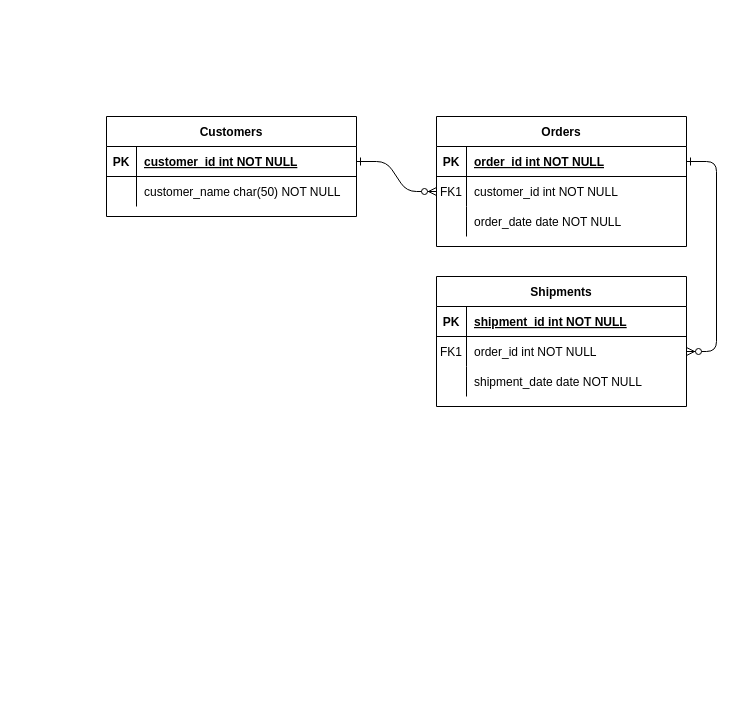
Kakoyi945/cloud keeps this draw.io diagram as graduation_project.drawio. Above is the earlier version. Source tidied: cells renumbered, new cells numbered last; positions are measured from the earlier drawing's top-left corner, leaving out a move shared by most shapes. Both pictures are drawn from the tidied source at 100%, with x=0, y=0 at pixel (106, 116).
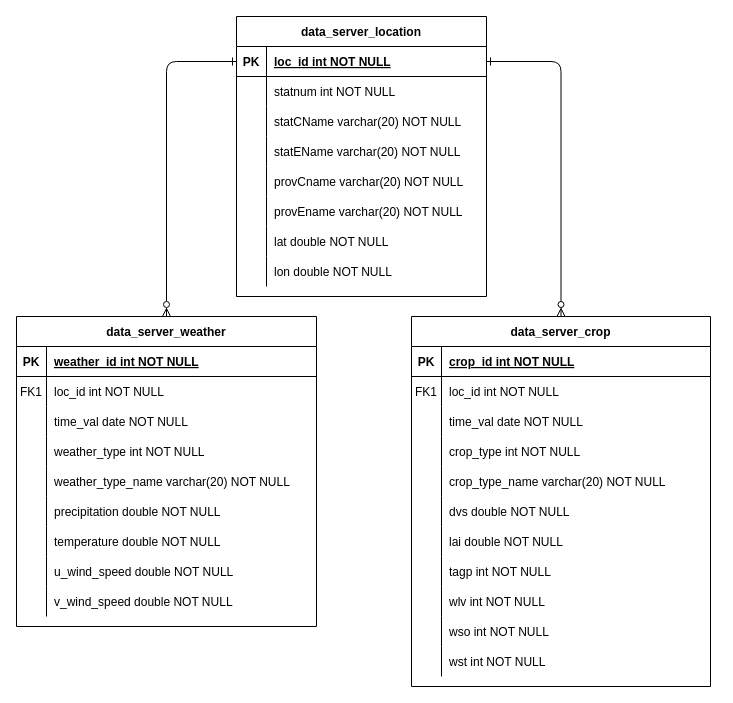
The same diagram, later.

Unchanged cells that the change refers to:
```xml
<mxCell id="25" style="shape=partialRectangle;fillColor=none;points=[[0,0.5],[1,0.5]];portConstraint=eastwest;top=0;left=0;right=0;bottom=1;" parent="24" vertex="1">
  <mxGeometry y="30" width="250" height="30" as="geometry" />
</mxCell>
<mxCell id="28" style="shape=partialRectangle;fillColor=none;top=0;left=0;right=0;bottom=0;" parent="24" vertex="1">
  <mxGeometry y="60" width="250" height="30" as="geometry" />
</mxCell>
```

What changed in the source:
```diff
@@
-    <mxCell id="2" style="edgeStyle=entityRelationEdgeStyle;endArrow=ERzeroToMany;startArrow=ERone;endFill=1;startFill=0;" parent="1" edge="1" source="25" target="8">
-      <mxGeometry relative="1" as="geometry" />
-    </mxCell>
-    <mxCell id="3" style="edgeStyle=entityRelationEdgeStyle;endArrow=ERzeroToMany;startArrow=ERone;endFill=1;startFill=0;" parent="1" edge="1" source="5" target="18">
-      <mxGeometry relative="1" as="geometry" />
-    </mxCell>
-    <mxCell id="4" value="Orders" style="shape=table;startSize=30;childLayout=tableLayout;rowLines=0;fontStyle=1;align=center;" parent="1" vertex="1">
-      <mxGeometry x="330" width="250" height="130" as="geometry" />
+    <mxCell id="4" value="data_server_crop" style="shape=table;startSize=30;childLayout=tableLayout;rowLines=0;fontStyle=1;align=center;" parent="1" vertex="1">
+      <mxGeometry x="305" y="200" width="299" height="370" as="geometry" />
     </mxCell>
     <mxCell id="5" style="shape=partialRectangle;fillColor=none;points=[[0,0.5],[1,0.5]];portConstraint=eastwest;top=0;left=0;right=0;bottom=1;" parent="4" vertex="1">
-      <mxGeometry y="30" width="250" height="30" as="geometry" />
+      <mxGeometry y="30" width="299" height="30" as="geometry" />
     </mxCell>
@@
-    <mxCell id="7" value="order_id int NOT NULL " style="shape=partialRectangle;overflow=hidden;fillColor=none;top=0;left=0;bottom=0;right=0;align=left;spacingLeft=6;fontStyle=5;" parent="5" vertex="1">
-      <mxGeometry x="30" width="220" height="30" as="geometry" />
+    <mxCell id="7" value="crop_id int NOT NULL " style="shape=partialRectangle;overflow=hidden;fillColor=none;top=0;left=0;bottom=0;right=0;align=left;spacingLeft=6;fontStyle=5;" parent="5" vertex="1">
+      <mxGeometry x="30" width="269" height="30" as="geometry" />
     </mxCell>
     <mxCell id="8" style="shape=partialRectangle;fillColor=none;points=[[0,0.5],[1,0.5]];portConstraint=eastwest;top=0;left=0;right=0;bottom=0;" parent="4" vertex="1">
-      <mxGeometry y="60" width="250" height="30" as="geometry" />
+      <mxGeometry y="60" width="299" height="30" as="geometry" />
     </mxCell>
@@
-    <mxCell id="10" value="customer_id int NOT NULL" style="shape=partialRectangle;overflow=hidden;fillColor=none;top=0;left=0;bottom=0;right=0;align=left;spacingLeft=6;" parent="8" vertex="1">
-      <mxGeometry x="30" width="220" height="30" as="geometry" />
+    <mxCell id="10" value="loc_id int NOT NULL" style="shape=partialRectangle;overflow=hidden;fillColor=none;top=0;left=0;bottom=0;right=0;align=left;spacingLeft=6;" parent="8" vertex="1">
+      <mxGeometry x="30" width="269" height="30" as="geometry" />
     </mxCell>
     <mxCell id="11" style="shape=partialRectangle;fillColor=none;top=0;left=0;right=0;bottom=0;" parent="4" vertex="1">
-      <mxGeometry y="90" width="250" height="30" as="geometry" />
+      <mxGeometry y="90" width="299" height="30" as="geometry" />
     </mxCell>
@@
-    <mxCell id="13" value="order_date date NOT NULL" style="shape=partialRectangle;overflow=hidden;fillColor=none;top=0;left=0;bottom=0;right=0;align=left;spacingLeft=6;" parent="11" vertex="1">
-      <mxGeometry x="30" width="220" height="30" as="geometry" />
+    <mxCell id="13" value="time_val date NOT NULL" style="shape=partialRectangle;overflow=hidden;fillColor=none;top=0;left=0;bottom=0;right=0;align=left;spacingLeft=6;" parent="11" vertex="1">
+      <mxGeometry x="30" width="269" height="30" as="geometry" />
     </mxCell>
+    <mxCell id="31" style="shape=partialRectangle;fillColor=none;top=0;left=0;right=0;bottom=0;" parent="4" vertex="1">
+      <mxGeometry y="120" width="299" height="30" as="geometry" />
+    </mxCell>
+    <mxCell id="32" style="shape=partialRectangle;overflow=hidden;fillColor=none;top=0;left=0;bottom=0;right=0;" parent="31" vertex="1">
+      <mxGeometry width="30" height="30" as="geometry" />
+    </mxCell>
+    <mxCell id="33" value="crop_type int NOT NULL" style="shape=partialRectangle;overflow=hidden;fillColor=none;top=0;left=0;bottom=0;right=0;align=left;spacingLeft=6;" parent="31" vertex="1">
+      <mxGeometry x="30" width="269" height="30" as="geometry" />
+    </mxCell>
+    <mxCell id="34" style="shape=partialRectangle;fillColor=none;top=0;left=0;right=0;bottom=0;" parent="4" vertex="1">
+      <mxGeometry y="150" width="299" height="30" as="geometry" />
+    </mxCell>
+    <mxCell id="35" style="shape=partialRectangle;overflow=hidden;fillColor=none;top=0;left=0;bottom=0;right=0;" parent="34" vertex="1">
+      <mxGeometry width="30" height="30" as="geometry" />
+    </mxCell>
+    <mxCell id="36" value="crop_type_name varchar(20) NOT NULL" style="shape=partialRectangle;overflow=hidden;fillColor=none;top=0;left=0;bottom=0;right=0;align=left;spacingLeft=6;" parent="34" vertex="1">
+      <mxGeometry x="30" width="269" height="30" as="geometry" />
+    </mxCell>
+    <mxCell id="37" style="shape=partialRectangle;fillColor=none;top=0;left=0;right=0;bottom=0;" parent="4" vertex="1">
+      <mxGeometry y="180" width="299" height="30" as="geometry" />
+    </mxCell>
+    <mxCell id="38" style="shape=partialRectangle;overflow=hidden;fillColor=none;top=0;left=0;bottom=0;right=0;" parent="37" vertex="1">
+      <mxGeometry width="30" height="30" as="geometry" />
+    </mxCell>
+    <mxCell id="39" value="dvs double NOT NULL" style="shape=partialRectangle;overflow=hidden;fillColor=none;top=0;left=0;bottom=0;right=0;align=left;spacingLeft=6;" parent="37" vertex="1">
+      <mxGeometry x="30" width="269" height="30" as="geometry" />
+    </mxCell>
+    <mxCell id="40" style="shape=partialRectangle;fillColor=none;top=0;left=0;right=0;bottom=0;" parent="4" vertex="1">
+      <mxGeometry y="210" width="299" height="30" as="geometry" />
+    </mxCell>
+    <mxCell id="41" style="shape=partialRectangle;overflow=hidden;fillColor=none;top=0;left=0;bottom=0;right=0;" parent="40" vertex="1">
+      <mxGeometry width="30" height="30" as="geometry" />
+    </mxCell>
+    <mxCell id="42" value="lai double NOT NULL" style="shape=partialRectangle;overflow=hidden;fillColor=none;top=0;left=0;bottom=0;right=0;align=left;spacingLeft=6;" parent="40" vertex="1">
+      <mxGeometry x="30" width="269" height="30" as="geometry" />
+    </mxCell>
+    <mxCell id="43" style="shape=partialRectangle;fillColor=none;top=0;left=0;right=0;bottom=0;" parent="4" vertex="1">
+      <mxGeometry y="240" width="299" height="30" as="geometry" />
+    </mxCell>
+    <mxCell id="44" style="shape=partialRectangle;overflow=hidden;fillColor=none;top=0;left=0;bottom=0;right=0;" parent="43" vertex="1">
+      <mxGeometry width="30" height="30" as="geometry" />
+    </mxCell>
+    <mxCell id="45" value="tagp int NOT NULL" style="shape=partialRectangle;overflow=hidden;fillColor=none;top=0;left=0;bottom=0;right=0;align=left;spacingLeft=6;" parent="43" vertex="1">
+      <mxGeometry x="30" width="269" height="30" as="geometry" />
+    </mxCell>
+    <mxCell id="46" style="shape=partialRectangle;fillColor=none;top=0;left=0;right=0;bottom=0;" parent="4" vertex="1">
+      <mxGeometry y="270" width="299" height="30" as="geometry" />
+    </mxCell>
+    <mxCell id="47" style="shape=partialRectangle;overflow=hidden;fillColor=none;top=0;left=0;bottom=0;right=0;" parent="46" vertex="1">
+      <mxGeometry width="30" height="30" as="geometry" />
+    </mxCell>
+    <mxCell id="48" value="wlv int NOT NULL" style="shape=partialRectangle;overflow=hidden;fillColor=none;top=0;left=0;bottom=0;right=0;align=left;spacingLeft=6;" parent="46" vertex="1">
+      <mxGeometry x="30" width="269" height="30" as="geometry" />
+    </mxCell>
+    <mxCell id="49" style="shape=partialRectangle;fillColor=none;top=0;left=0;right=0;bottom=0;" parent="4" vertex="1">
+      <mxGeometry y="300" width="299" height="30" as="geometry" />
+    </mxCell>
+    <mxCell id="50" style="shape=partialRectangle;overflow=hidden;fillColor=none;top=0;left=0;bottom=0;right=0;" parent="49" vertex="1">
+      <mxGeometry width="30" height="30" as="geometry" />
+    </mxCell>
+    <mxCell id="51" value="wso int NOT NULL" style="shape=partialRectangle;overflow=hidden;fillColor=none;top=0;left=0;bottom=0;right=0;align=left;spacingLeft=6;" parent="49" vertex="1">
+      <mxGeometry x="30" width="269" height="30" as="geometry" />
+    </mxCell>
+    <mxCell id="52" style="shape=partialRectangle;fillColor=none;top=0;left=0;right=0;bottom=0;" parent="4" vertex="1">
+      <mxGeometry y="330" width="299" height="30" as="geometry" />
+    </mxCell>
+    <mxCell id="53" style="shape=partialRectangle;overflow=hidden;fillColor=none;top=0;left=0;bottom=0;right=0;" parent="52" vertex="1">
+      <mxGeometry width="30" height="30" as="geometry" />
+    </mxCell>
+    <mxCell id="54" value="wst int NOT NULL" style="shape=partialRectangle;overflow=hidden;fillColor=none;top=0;left=0;bottom=0;right=0;align=left;spacingLeft=6;" parent="52" vertex="1">
+      <mxGeometry x="30" width="269" height="30" as="geometry" />
+    </mxCell>
-    <mxCell id="14" value="Shipments" style="shape=table;startSize=30;childLayout=tableLayout;rowLines=0;fontStyle=1;align=center;" parent="1" vertex="1">
-      <mxGeometry x="330" y="160" width="250" height="130" as="geometry" />
+    <mxCell id="14" value="data_server_weather" style="shape=table;startSize=30;childLayout=tableLayout;rowLines=0;fontStyle=1;align=center;" parent="1" vertex="1">
+      <mxGeometry x="-90" y="200" width="300" height="310" as="geometry" />
     </mxCell>
     <mxCell id="15" style="shape=partialRectangle;fillColor=none;top=0;left=0;right=0;bottom=1;" parent="14" vertex="1">
-      <mxGeometry y="30" width="250" height="30" as="geometry" />
+      <mxGeometry y="30" width="300" height="30" as="geometry" />
     </mxCell>
@@
-    <mxCell id="17" value="shipment_id int NOT NULL " style="shape=partialRectangle;overflow=hidden;fillColor=none;top=0;left=0;bottom=0;right=0;align=left;spacingLeft=6;fontStyle=5;" parent="15" vertex="1">
-      <mxGeometry x="30" width="220" height="30" as="geometry" />
+    <mxCell id="17" value="weather_id int NOT NULL " style="shape=partialRectangle;overflow=hidden;fillColor=none;top=0;left=0;bottom=0;right=0;align=left;spacingLeft=6;fontStyle=5;" parent="15" vertex="1">
+      <mxGeometry x="30" width="270" height="30" as="geometry" />
     </mxCell>
     <mxCell id="18" style="shape=partialRectangle;fillColor=none;points=[[0,0.5],[1,0.5]];portConstraint=eastwest;top=0;left=0;right=0;bottom=0;" parent="14" vertex="1">
-      <mxGeometry y="60" width="250" height="30" as="geometry" />
+      <mxGeometry y="60" width="300" height="30" as="geometry" />
     </mxCell>
@@
-    <mxCell id="20" value="order_id int NOT NULL" style="shape=partialRectangle;overflow=hidden;fillColor=none;top=0;left=0;bottom=0;right=0;align=left;spacingLeft=6;" parent="18" vertex="1">
-      <mxGeometry x="30" width="220" height="30" as="geometry" />
+    <mxCell id="20" value="loc_id int NOT NULL" style="shape=partialRectangle;overflow=hidden;fillColor=none;top=0;left=0;bottom=0;right=0;align=left;spacingLeft=6;" parent="18" vertex="1">
+      <mxGeometry x="30" width="270" height="30" as="geometry" />
     </mxCell>
     <mxCell id="21" style="shape=partialRectangle;fillColor=none;top=0;left=0;right=0;bottom=0;" parent="14" vertex="1">
-      <mxGeometry y="90" width="250" height="30" as="geometry" />
+      <mxGeometry y="90" width="300" height="30" as="geometry" />
     </mxCell>
@@
-    <mxCell id="23" value="shipment_date date NOT NULL" style="shape=partialRectangle;overflow=hidden;fillColor=none;top=0;left=0;bottom=0;right=0;align=left;spacingLeft=6;" parent="21" vertex="1">
-      <mxGeometry x="30" width="220" height="30" as="geometry" />
+    <mxCell id="23" value="time_val date NOT NULL" style="shape=partialRectangle;overflow=hidden;fillColor=none;top=0;left=0;bottom=0;right=0;align=left;spacingLeft=6;" parent="21" vertex="1">
+      <mxGeometry x="30" width="270" height="30" as="geometry" />
     </mxCell>
+    <mxCell id="55" style="shape=partialRectangle;fillColor=none;top=0;left=0;right=0;bottom=0;" parent="14" vertex="1">
+      <mxGeometry y="120" width="300" height="30" as="geometry" />
+    </mxCell>
+    <mxCell id="56" style="shape=partialRectangle;overflow=hidden;fillColor=none;top=0;left=0;bottom=0;right=0;" parent="55" vertex="1">
+      <mxGeometry width="30" height="30" as="geometry" />
+    </mxCell>
+    <mxCell id="57" value="weather_type int NOT NULL" style="shape=partialRectangle;overflow=hidden;fillColor=none;top=0;left=0;bottom=0;right=0;align=left;spacingLeft=6;" parent="55" vertex="1">
+      <mxGeometry x="30" width="270" height="30" as="geometry" />
+    </mxCell>
+    <mxCell id="58" style="shape=partialRectangle;fillColor=none;top=0;left=0;right=0;bottom=0;" parent="14" vertex="1">
+      <mxGeometry y="150" width="300" height="30" as="geometry" />
+    </mxCell>
+    <mxCell id="59" style="shape=partialRectangle;overflow=hidden;fillColor=none;top=0;left=0;bottom=0;right=0;" parent="58" vertex="1">
+      <mxGeometry width="30" height="30" as="geometry" />
+    </mxCell>
+    <mxCell id="60" value="weather_type_name varchar(20) NOT NULL" style="shape=partialRectangle;overflow=hidden;fillColor=none;top=0;left=0;bottom=0;right=0;align=left;spacingLeft=6;" parent="58" vertex="1">
+      <mxGeometry x="30" width="270" height="30" as="geometry" />
+    </mxCell>
+    <mxCell id="61" style="shape=partialRectangle;fillColor=none;top=0;left=0;right=0;bottom=0;" parent="14" vertex="1">
+      <mxGeometry y="180" width="300" height="30" as="geometry" />
+    </mxCell>
+    <mxCell id="62" style="shape=partialRectangle;overflow=hidden;fillColor=none;top=0;left=0;bottom=0;right=0;" parent="61" vertex="1">
+      <mxGeometry width="30" height="30" as="geometry" />
+    </mxCell>
+    <mxCell id="63" value="precipitation double NOT NULL" style="shape=partialRectangle;overflow=hidden;fillColor=none;top=0;left=0;bottom=0;right=0;align=left;spacingLeft=6;" parent="61" vertex="1">
+      <mxGeometry x="30" width="270" height="30" as="geometry" />
+    </mxCell>
+    <mxCell id="64" style="shape=partialRectangle;fillColor=none;top=0;left=0;right=0;bottom=0;" parent="14" vertex="1">
+      <mxGeometry y="210" width="300" height="30" as="geometry" />
+    </mxCell>
+    <mxCell id="65" style="shape=partialRectangle;overflow=hidden;fillColor=none;top=0;left=0;bottom=0;right=0;" parent="64" vertex="1">
+      <mxGeometry width="30" height="30" as="geometry" />
+    </mxCell>
+    <mxCell id="66" value="temperature double NOT NULL" style="shape=partialRectangle;overflow=hidden;fillColor=none;top=0;left=0;bottom=0;right=0;align=left;spacingLeft=6;" parent="64" vertex="1">
+      <mxGeometry x="30" width="270" height="30" as="geometry" />
+    </mxCell>
+    <mxCell id="67" style="shape=partialRectangle;fillColor=none;top=0;left=0;right=0;bottom=0;" parent="14" vertex="1">
+      <mxGeometry y="240" width="300" height="30" as="geometry" />
+    </mxCell>
+    <mxCell id="68" style="shape=partialRectangle;overflow=hidden;fillColor=none;top=0;left=0;bottom=0;right=0;" parent="67" vertex="1">
+      <mxGeometry width="30" height="30" as="geometry" />
+    </mxCell>
+    <mxCell id="69" value="u_wind_speed double NOT NULL" style="shape=partialRectangle;overflow=hidden;fillColor=none;top=0;left=0;bottom=0;right=0;align=left;spacingLeft=6;" parent="67" vertex="1">
+      <mxGeometry x="30" width="270" height="30" as="geometry" />
+    </mxCell>
+    <mxCell id="70" style="shape=partialRectangle;fillColor=none;top=0;left=0;right=0;bottom=0;" parent="14" vertex="1">
+      <mxGeometry y="270" width="300" height="30" as="geometry" />
+    </mxCell>
+    <mxCell id="71" style="shape=partialRectangle;overflow=hidden;fillColor=none;top=0;left=0;bottom=0;right=0;" parent="70" vertex="1">
+      <mxGeometry width="30" height="30" as="geometry" />
+    </mxCell>
+    <mxCell id="72" value="v_wind_speed double NOT NULL" style="shape=partialRectangle;overflow=hidden;fillColor=none;top=0;left=0;bottom=0;right=0;align=left;spacingLeft=6;" parent="70" vertex="1">
+      <mxGeometry x="30" width="270" height="30" as="geometry" />
+    </mxCell>
-    <mxCell id="24" value="Customers" style="shape=table;startSize=30;childLayout=tableLayout;rowLines=0;fontStyle=1;align=center;" parent="1" vertex="1">
-      <mxGeometry width="250" height="100" as="geometry" />
+    <mxCell id="24" value="data_server_location" style="shape=table;startSize=30;childLayout=tableLayout;rowLines=0;fontStyle=1;align=center;" parent="1" vertex="1">
+      <mxGeometry x="130" y="-100" width="250" height="280" as="geometry" />
     </mxCell>
@@
-    <mxCell id="27" value="customer_id int NOT NULL " style="shape=partialRectangle;overflow=hidden;fillColor=none;top=0;left=0;bottom=0;right=0;align=left;spacingLeft=6;fontStyle=5;" parent="25" vertex="1">
+    <mxCell id="27" value="loc_id int NOT NULL " style="shape=partialRectangle;overflow=hidden;fillColor=none;top=0;left=0;bottom=0;right=0;align=left;spacingLeft=6;fontStyle=5;" parent="25" vertex="1">
       <mxGeometry x="30" width="220" height="30" as="geometry" />
     </mxCell>
@@
-    <mxCell id="30" value="customer_name char(50) NOT NULL" style="shape=partialRectangle;overflow=hidden;fillColor=none;top=0;left=0;bottom=0;right=0;align=left;spacingLeft=6;" parent="28" vertex="1">
+    <mxCell id="30" value="statnum int NOT NULL" style="shape=partialRectangle;overflow=hidden;fillColor=none;top=0;left=0;bottom=0;right=0;align=left;spacingLeft=6;" parent="28" vertex="1">
       <mxGeometry x="30" width="220" height="30" as="geometry" />
     </mxCell>
+    <mxCell id="73" style="shape=partialRectangle;fillColor=none;top=0;left=0;right=0;bottom=0;" parent="24" vertex="1">
+      <mxGeometry y="90" width="250" height="30" as="geometry" />
+    </mxCell>
+    <mxCell id="74" style="shape=partialRectangle;overflow=hidden;fillColor=none;top=0;left=0;bottom=0;right=0;" parent="73" vertex="1">
+      <mxGeometry width="30" height="30" as="geometry" />
+    </mxCell>
+    <mxCell id="75" value="statCName varchar(20) NOT NULL" style="shape=partialRectangle;overflow=hidden;fillColor=none;top=0;left=0;bottom=0;right=0;align=left;spacingLeft=6;" parent="73" vertex="1">
+      <mxGeometry x="30" width="220" height="30" as="geometry" />
+    </mxCell>
+    <mxCell id="76" style="shape=partialRectangle;fillColor=none;top=0;left=0;right=0;bottom=0;" parent="24" vertex="1">
+      <mxGeometry y="120" width="250" height="30" as="geometry" />
+    </mxCell>
+    <mxCell id="77" style="shape=partialRectangle;overflow=hidden;fillColor=none;top=0;left=0;bottom=0;right=0;" parent="76" vertex="1">
+      <mxGeometry width="30" height="30" as="geometry" />
+    </mxCell>
+    <mxCell id="78" value="statEName varchar(20) NOT NULL" style="shape=partialRectangle;overflow=hidden;fillColor=none;top=0;left=0;bottom=0;right=0;align=left;spacingLeft=6;" parent="76" vertex="1">
+      <mxGeometry x="30" width="220" height="30" as="geometry" />
+    </mxCell>
+    <mxCell id="79" style="shape=partialRectangle;fillColor=none;top=0;left=0;right=0;bottom=0;" parent="24" vertex="1">
+      <mxGeometry y="150" width="250" height="30" as="geometry" />
+    </mxCell>
+    <mxCell id="80" style="shape=partialRectangle;overflow=hidden;fillColor=none;top=0;left=0;bottom=0;right=0;" parent="79" vertex="1">
+      <mxGeometry width="30" height="30" as="geometry" />
+    </mxCell>
+    <mxCell id="81" value="provCname varchar(20) NOT NULL" style="shape=partialRectangle;overflow=hidden;fillColor=none;top=0;left=0;bottom=0;right=0;align=left;spacingLeft=6;" parent="79" vertex="1">
+      <mxGeometry x="30" width="220" height="30" as="geometry" />
+    </mxCell>
+    <mxCell id="82" style="shape=partialRectangle;fillColor=none;top=0;left=0;right=0;bottom=0;" parent="24" vertex="1">
+      <mxGeometry y="180" width="250" height="30" as="geometry" />
+    </mxCell>
+    <mxCell id="83" style="shape=partialRectangle;overflow=hidden;fillColor=none;top=0;left=0;bottom=0;right=0;" parent="82" vertex="1">
+      <mxGeometry width="30" height="30" as="geometry" />
+    </mxCell>
+    <mxCell id="84" value="provEname varchar(20) NOT NULL" style="shape=partialRectangle;overflow=hidden;fillColor=none;top=0;left=0;bottom=0;right=0;align=left;spacingLeft=6;" parent="82" vertex="1">
+      <mxGeometry x="30" width="220" height="30" as="geometry" />
+    </mxCell>
+    <mxCell id="85" style="shape=partialRectangle;fillColor=none;top=0;left=0;right=0;bottom=0;" parent="24" vertex="1">
+      <mxGeometry y="210" width="250" height="30" as="geometry" />
+    </mxCell>
+    <mxCell id="86" style="shape=partialRectangle;overflow=hidden;fillColor=none;top=0;left=0;bottom=0;right=0;" parent="85" vertex="1">
+      <mxGeometry width="30" height="30" as="geometry" />
+    </mxCell>
+    <mxCell id="87" value="lat double NOT NULL" style="shape=partialRectangle;overflow=hidden;fillColor=none;top=0;left=0;bottom=0;right=0;align=left;spacingLeft=6;" parent="85" vertex="1">
+      <mxGeometry x="30" width="220" height="30" as="geometry" />
+    </mxCell>
+    <mxCell id="88" style="shape=partialRectangle;fillColor=none;top=0;left=0;right=0;bottom=0;" parent="24" vertex="1">
+      <mxGeometry y="240" width="250" height="30" as="geometry" />
+    </mxCell>
+    <mxCell id="89" style="shape=partialRectangle;overflow=hidden;fillColor=none;top=0;left=0;bottom=0;right=0;" parent="88" vertex="1">
+      <mxGeometry width="30" height="30" as="geometry" />
+    </mxCell>
+    <mxCell id="90" value="lon double NOT NULL" style="shape=partialRectangle;overflow=hidden;fillColor=none;top=0;left=0;bottom=0;right=0;align=left;spacingLeft=6;" parent="88" vertex="1">
+      <mxGeometry x="30" width="220" height="30" as="geometry" />
+    </mxCell>
+    <mxCell id="91" style="edgeStyle=orthogonalEdgeStyle;rounded=1;jettySize=auto;html=1;exitX=0;exitY=0.5;exitDx=0;exitDy=0;entryX=0.5;entryY=0;entryDx=0;entryDy=0;startArrow=ERone;startFill=0;endArrow=ERzeroToMany;endFill=0;curved=0;" parent="1" edge="1" source="25" target="14">
+      <mxGeometry relative="1" as="geometry">
+        <Array as="points">
+          <mxPoint x="60" y="-55" />
+        </Array>
+      </mxGeometry>
+    </mxCell>
+    <mxCell id="92" style="edgeStyle=orthogonalEdgeStyle;rounded=1;jettySize=auto;html=1;exitX=1;exitY=0.5;exitDx=0;exitDy=0;entryX=0.5;entryY=0;entryDx=0;entryDy=0;startArrow=ERone;startFill=0;endArrow=ERzeroToMany;endFill=0;curved=0;" parent="1" edge="1" source="25" target="4">
+      <mxGeometry relative="1" as="geometry">
+        <Array as="points">
+          <mxPoint x="455" y="-55" />
+        </Array>
+      </mxGeometry>
+    </mxCell>
```
